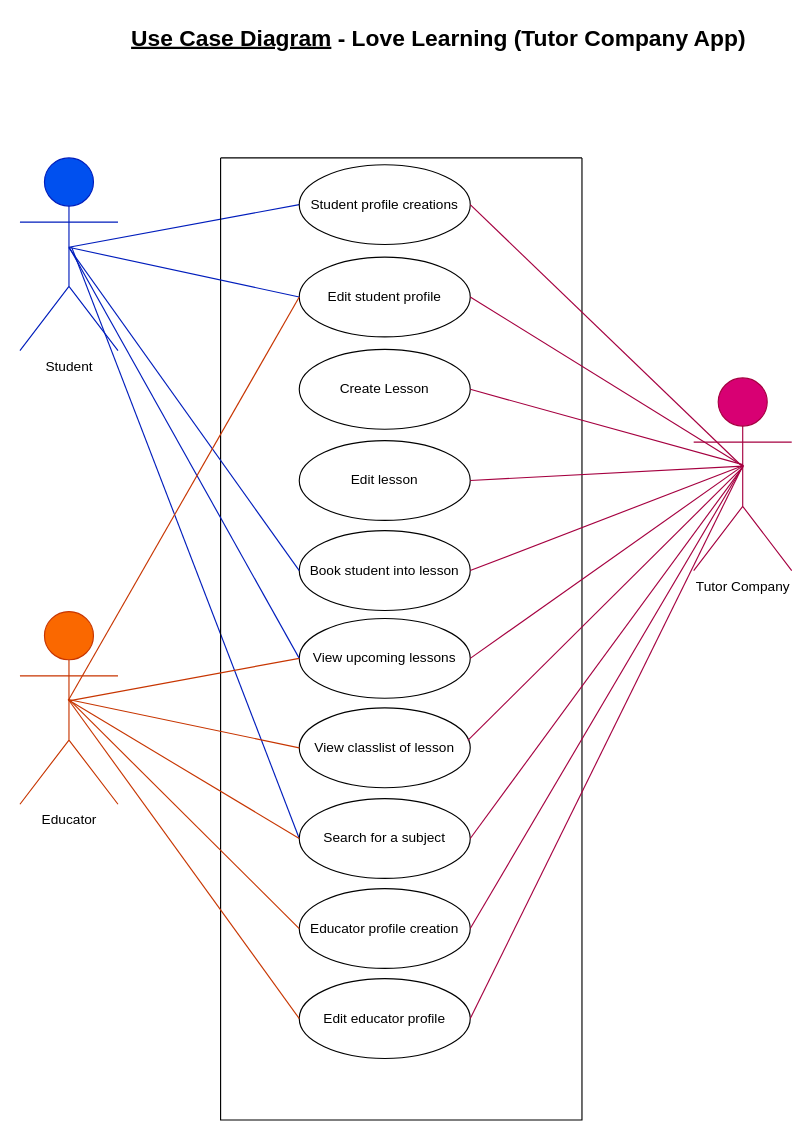
Earlier version of the draw.io diagram Planning/use_case_diagram.drawio (SdcBartram/LoveLearning_Tutor_Company_Project). Source tidied: cells renumbered, new cells numbered last; positions are measured from the earlier drawing's top-left corner, leaving out a move shared by most shapes. Both pictures are drawn from the tidied source at 114%, with x=0, y=0 at pixel (19, 19).
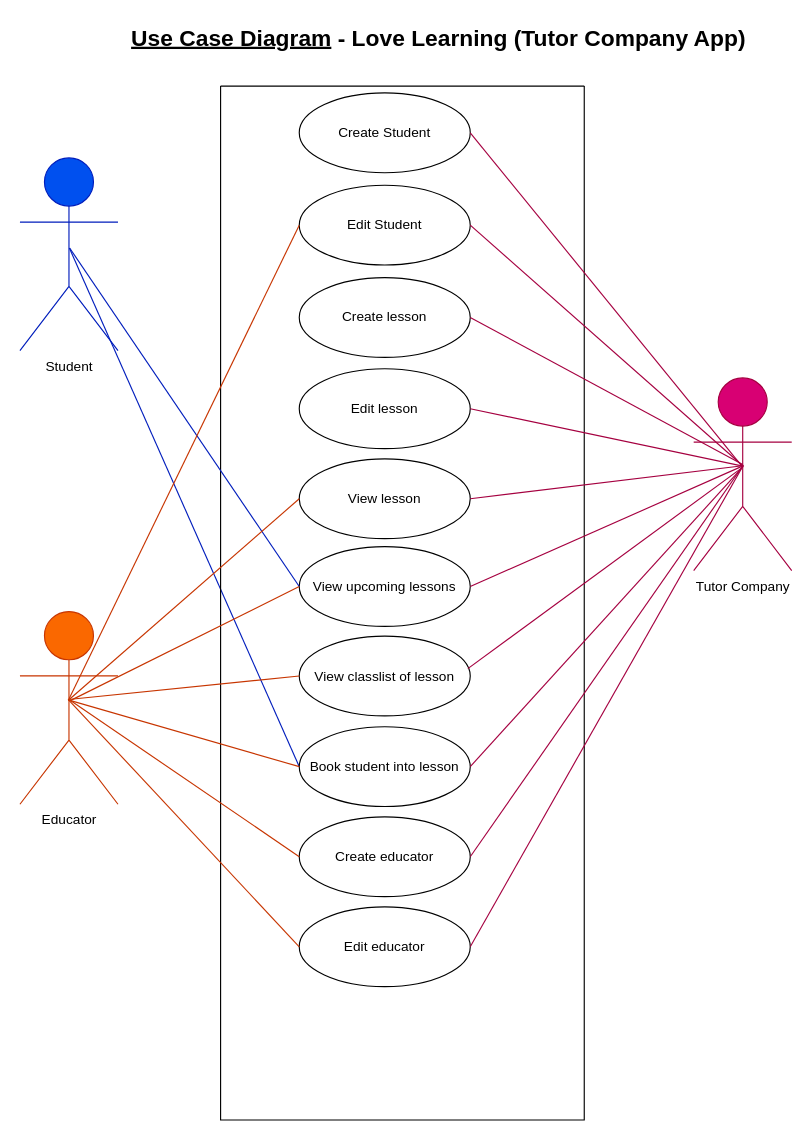
The same page after the edit.

The change refers to these unchanged cells:
```xml
<mxCell id="4" value="Student" style="shape=umlActor;verticalLabelPosition=bottom;verticalAlign=top;html=1;strokeColor=#001DBC;fontColor=#000000;fillColor=#0050ef;" parent="1" vertex="1">
  <mxGeometry y="121" width="86" height="169" as="geometry" />
</mxCell>
<mxCell id="28" value="Educator" style="shape=umlActor;verticalLabelPosition=bottom;verticalAlign=top;html=1;strokeColor=#C73500;fontColor=#000000;fillColor=#fa6800;" parent="1" vertex="1">
  <mxGeometry y="519" width="86" height="169" as="geometry" />
</mxCell>
```

The edit, as a diff of the source:
```diff
@@
-    <mxCell id="2" style="edgeStyle=none;html=1;entryX=0;entryY=0.5;entryDx=0;entryDy=0;fontColor=#050505;endArrow=none;endFill=0;strokeColor=#001DBC;exitX=0.499;exitY=0.464;exitDx=0;exitDy=0;exitPerimeter=0;fillColor=#0050ef;" parent="1" edge="1" source="4" target="6">
-      <mxGeometry relative="1" as="geometry" />
-    </mxCell>
-    <mxCell id="3" style="edgeStyle=none;html=1;strokeColor=#001DBC;fontColor=#050505;endArrow=none;endFill=0;exitX=0.526;exitY=0.462;exitDx=0;exitDy=0;exitPerimeter=0;entryX=0;entryY=0.5;entryDx=0;entryDy=0;fillColor=#0050ef;" parent="1" edge="1" source="4" target="13">
+    <mxCell id="3" style="edgeStyle=none;html=1;strokeColor=#001DBC;fontColor=#050505;endArrow=none;endFill=0;exitX=0.504;exitY=0.468;exitDx=0;exitDy=0;exitPerimeter=0;entryX=0;entryY=0.5;entryDx=0;entryDy=0;fillColor=#0050ef;" parent="1" edge="1" source="4" target="13">
       <mxGeometry relative="1" as="geometry" />
     </mxCell>
@@
     <mxCell id="5" style="swimlane;startSize=0;strokeColor=#000000;fillColor=#f5f5f5;fontColor=#333333;" parent="1" vertex="1">
-      <mxGeometry x="176" y="121" width="317" height="844" as="geometry" />
+      <mxGeometry x="176" y="58" width="319" height="907" as="geometry" />
     </mxCell>
-    <mxCell id="6" value="Student profile creations" style="ellipse;whiteSpace=wrap;html=1;strokeColor=#000000;fillColor=#FFFFFF;fontColor=#000000;" parent="5" vertex="1">
+    <mxCell id="6" value="Create Student" style="ellipse;whiteSpace=wrap;html=1;strokeColor=#000000;fillColor=#FFFFFF;fontColor=#000000;" parent="5" vertex="1">
       <mxGeometry x="69" y="6" width="150" height="70" as="geometry" />
     </mxCell>
-    <mxCell id="7" value="Edit student profile" style="ellipse;whiteSpace=wrap;html=1;strokeColor=#000000;fillColor=#FFFFFF;fontColor=#000000;" parent="5" vertex="1">
+    <mxCell id="7" value="Edit Student" style="ellipse;whiteSpace=wrap;html=1;strokeColor=#000000;fillColor=#FFFFFF;fontColor=#000000;" parent="5" vertex="1">
       <mxGeometry x="69" y="87" width="150" height="70" as="geometry" />
     </mxCell>
-    <mxCell id="8" value="Create Lesson" style="ellipse;whiteSpace=wrap;html=1;strokeColor=#000000;fillColor=#FFFFFF;fontColor=#000000;" parent="5" vertex="1">
+    <mxCell id="8" value="Create lesson" style="ellipse;whiteSpace=wrap;html=1;strokeColor=#000000;fillColor=#FFFFFF;fontColor=#000000;" parent="5" vertex="1">
       <mxGeometry x="69" y="168" width="150" height="70" as="geometry" />
     </mxCell>
@@
-    <mxCell id="10" value="Book student into lesson" style="ellipse;whiteSpace=wrap;html=1;strokeColor=#000000;fillColor=#FFFFFF;fontColor=#000000;" parent="5" vertex="1">
+    <mxCell id="10" value="View lesson" style="ellipse;whiteSpace=wrap;html=1;strokeColor=#000000;fillColor=#FFFFFF;fontColor=#000000;" parent="5" vertex="1">
       <mxGeometry x="69" y="327" width="150" height="70" as="geometry" />
     </mxCell>
@@
-    <mxCell id="13" value="Search for a subject" style="ellipse;whiteSpace=wrap;html=1;strokeColor=#000000;fillColor=#FFFFFF;fontColor=#000000;" parent="5" vertex="1">
+    <mxCell id="13" value="Book student into lesson" style="ellipse;whiteSpace=wrap;html=1;strokeColor=#000000;fillColor=#FFFFFF;fontColor=#000000;" parent="5" vertex="1">
       <mxGeometry x="69" y="562" width="150" height="70" as="geometry" />
     </mxCell>
-    <mxCell id="14" value="Educator profile creation" style="ellipse;whiteSpace=wrap;html=1;strokeColor=#000000;fillColor=#FFFFFF;fontColor=#000000;" parent="5" vertex="1">
+    <mxCell id="14" value="Create educator" style="ellipse;whiteSpace=wrap;html=1;strokeColor=#000000;fillColor=#FFFFFF;fontColor=#000000;" parent="5" vertex="1">
       <mxGeometry x="69" y="641" width="150" height="70" as="geometry" />
     </mxCell>
-    <mxCell id="15" value="Edit educator profile" style="ellipse;whiteSpace=wrap;html=1;strokeColor=#000000;fillColor=#FFFFFF;fontColor=#000000;" parent="5" vertex="1">
+    <mxCell id="15" value="Edit educator" style="ellipse;whiteSpace=wrap;html=1;strokeColor=#000000;fillColor=#FFFFFF;fontColor=#000000;" parent="5" vertex="1">
       <mxGeometry x="69" y="720" width="150" height="70" as="geometry" />
     </mxCell>
@@
-    <mxCell id="18" style="edgeStyle=none;html=1;entryX=0;entryY=0.5;entryDx=0;entryDy=0;fontColor=#050505;endArrow=none;endFill=0;strokeColor=#001DBC;exitX=0.496;exitY=0.464;exitDx=0;exitDy=0;exitPerimeter=0;fillColor=#0050ef;" parent="1" edge="1" source="4" target="7">
-      <mxGeometry relative="1" as="geometry" />
-    </mxCell>
-    <mxCell id="19" style="edgeStyle=none;html=1;fontColor=#050505;endArrow=none;endFill=0;strokeColor=#001DBC;exitX=0.5;exitY=0.467;exitDx=0;exitDy=0;exitPerimeter=0;fillColor=#0050ef;entryX=0;entryY=0.5;entryDx=0;entryDy=0;" parent="1" edge="1" source="4" target="10">
-      <mxGeometry relative="1" as="geometry" />
-    </mxCell>
@@
+    <mxCell id="38" style="edgeStyle=none;html=1;entryX=0;entryY=0.5;entryDx=0;entryDy=0;strokeColor=#C73500;fontColor=#050505;endArrow=none;endFill=0;fillColor=#fa6800;exitX=0.494;exitY=0.46;exitDx=0;exitDy=0;exitPerimeter=0;" parent="1" edge="1" source="28" target="10">
+      <mxGeometry relative="1" as="geometry" />
+    </mxCell>
```
